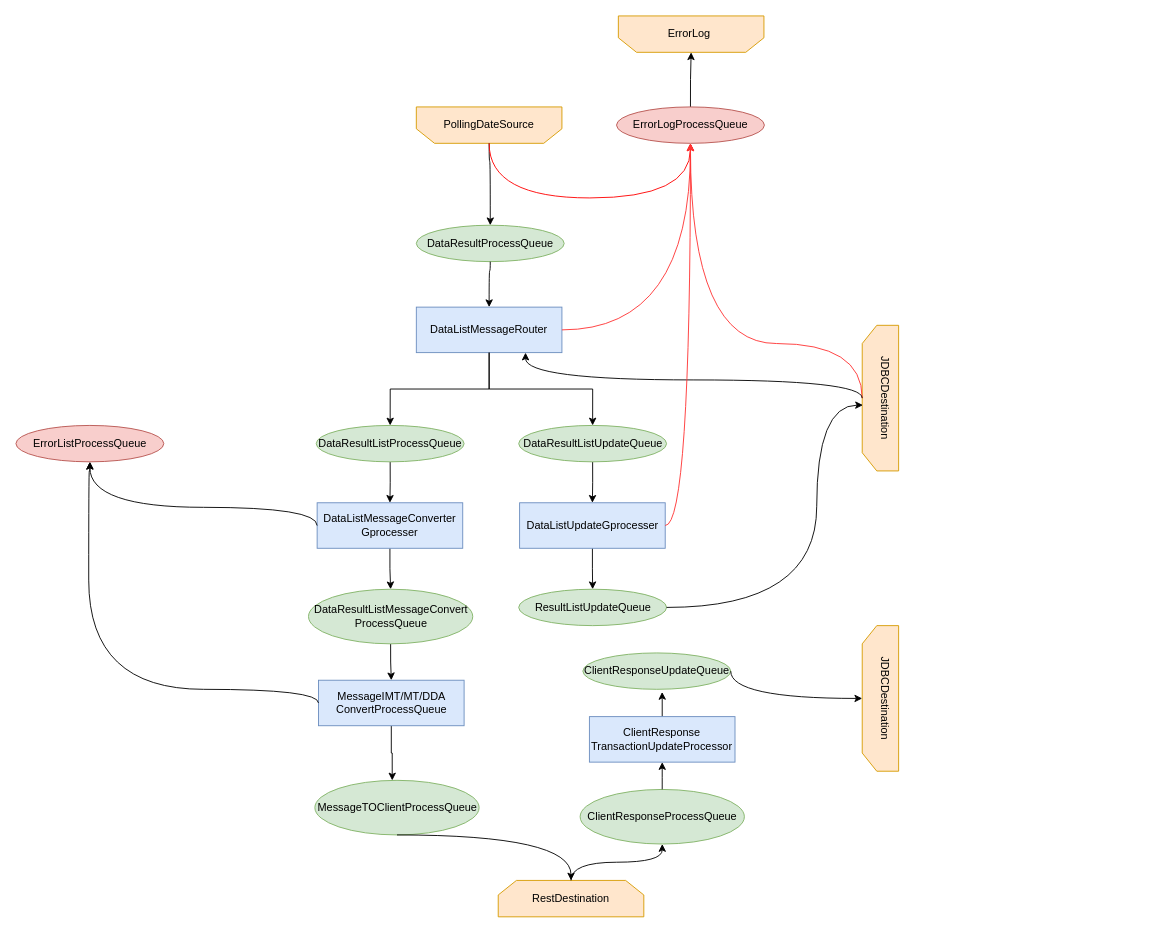
Earlier version of the draw.io diagram page "Page-4" (4 of 4) of NFR_Reliability.drawio (thrivikramarajarao/easy_test_domain). Source tidied: cells renumbered, new cells numbered last; positions are measured from the earlier drawing's top-left corner, leaving out a move shared by most shapes. Both pictures are drawn from the tidied source at 91%, with x=0, y=0 at pixel (15, 15).
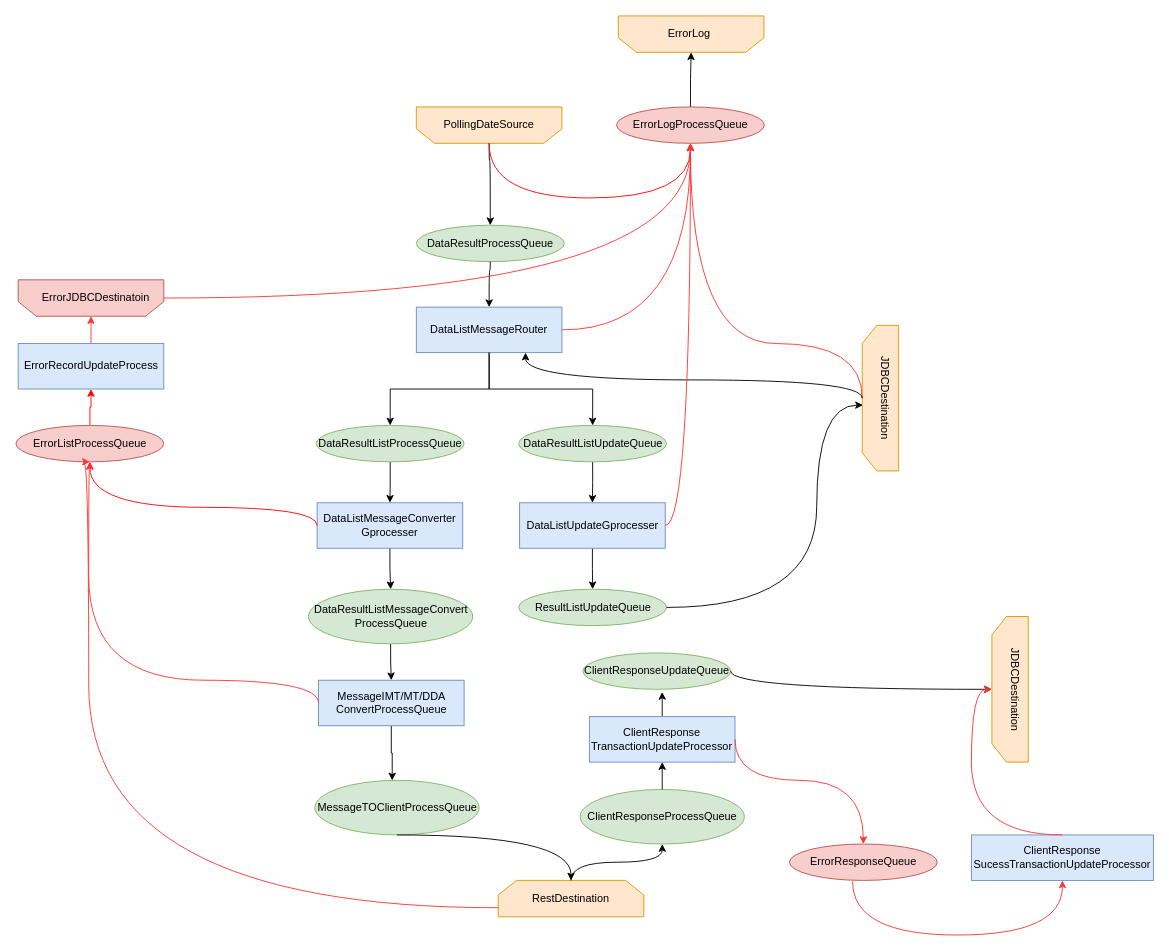
The same diagram, later.

Unchanged cells that the change refers to:
```xml
<mxCell id="7" value="ErrorLogProcessQueue" style="ellipse;whiteSpace=wrap;html=1;fontSize=12;fillColor=#f8cecc;strokeColor=#b85450;" parent="1" vertex="1">
  <mxGeometry x="660" y="100" width="162.5" height="40" as="geometry" />
</mxCell>
<mxCell id="27" value="DataListMessageConverter&lt;br&gt;Gprocesser" style="rounded=0;whiteSpace=wrap;html=1;fontSize=12;fillColor=#dae8fc;strokeColor=#6c8ebf;" parent="1" vertex="1">
  <mxGeometry x="331" y="535" width="160" height="50" as="geometry" />
</mxCell>
<mxCell id="31" value="MessageIMT/MT/DDA ConvertProcessQueue" style="rounded=0;whiteSpace=wrap;html=1;fontSize=12;fillColor=#dae8fc;strokeColor=#6c8ebf;" parent="1" vertex="1">
  <mxGeometry x="332.5" y="730" width="160" height="50" as="geometry" />
</mxCell>
<mxCell id="34" style="shape=loopLimit;whiteSpace=wrap;html=1;fontSize=8;rotation=0;fillColor=#ffe6cc;strokeColor=#d79b00;" parent="1" vertex="1">
  <mxGeometry x="530" y="950" width="160" height="40" as="geometry" />
</mxCell>
<mxCell id="42" value="ClientResponse&lt;br&gt;TransactionUpdateProcessor" style="rounded=0;whiteSpace=wrap;html=1;fontSize=12;fillColor=#dae8fc;strokeColor=#6c8ebf;" parent="1" vertex="1">
  <mxGeometry x="630.2" y="770" width="160" height="50" as="geometry" />
</mxCell>
<mxCell id="44" value="ClientResponseUpdateQueue" style="ellipse;whiteSpace=wrap;html=1;fontSize=12;fillColor=#d5e8d4;strokeColor=#82b366;" parent="1" vertex="1">
  <mxGeometry x="623" y="700" width="162.5" height="40" as="geometry" />
</mxCell>
<mxCell id="48" value="ErrorListProcessQueue" style="ellipse;whiteSpace=wrap;html=1;fontSize=12;fillColor=#f8cecc;strokeColor=#b85450;" parent="1" vertex="1">
  <mxGeometry y="450" width="162.5" height="40" as="geometry" />
</mxCell>
```

Diff of the diagram source:
```diff
@@
     <mxCell id="45" style="shape=loopLimit;whiteSpace=wrap;html=1;fontSize=8;rotation=-90;fillColor=#ffe6cc;strokeColor=#d79b00;" parent="1" vertex="1">
-      <mxGeometry x="870" y="730" width="160" height="40" as="geometry" />
+      <mxGeometry x="1012.5" y="720" width="160" height="40" as="geometry" />
     </mxCell>
     <mxCell id="46" value="JDBCDestination" style="text;html=1;strokeColor=none;fillColor=none;align=center;verticalAlign=middle;whiteSpace=wrap;rounded=0;rotation=90;" parent="1" vertex="1">
-      <mxGeometry x="880" y="735" width="150" height="30" as="geometry" />
+      <mxGeometry x="1022.5" y="725" width="150" height="30" as="geometry" />
     </mxCell>
     <mxCell id="47" style="curved=1;endArrow=classic;html=1;rounded=0;fontSize=12;strokeColor=#000000;edgeStyle=orthogonalEdgeStyle;exitX=1;exitY=0.5;exitDx=0;exitDy=0;entryX=0.5;entryY=0;entryDx=0;entryDy=0;" parent="1" edge="1" source="44" target="45">
       <mxGeometry relative="1" as="geometry">
         <Array as="points">
-          <mxPoint x="786" y="750" />
+          <mxPoint x="786" y="740" />
         </Array>
       </mxGeometry>
     </mxCell>
+    <mxCell id="51" style="edgeStyle=orthogonalEdgeStyle;rounded=0;jettySize=auto;html=1;entryX=0.5;entryY=1;entryDx=0;entryDy=0;fontSize=12;strokeColor=#FF0000;fillColor=#f8cecc;" parent="1" edge="1" source="48" target="55">
+      <mxGeometry relative="1" as="geometry" />
+    </mxCell>
@@
-    <mxCell id="49" style="curved=1;endArrow=classic;html=1;rounded=0;fontSize=12;strokeColor=#000000;edgeStyle=orthogonalEdgeStyle;entryX=0.5;entryY=1;entryDx=0;entryDy=0;exitX=0;exitY=0.5;exitDx=0;exitDy=0;" parent="1" edge="1" source="27" target="48">
+    <mxCell id="49" style="curved=1;endArrow=classic;html=1;rounded=0;fontSize=12;strokeColor=#FF0000;edgeStyle=orthogonalEdgeStyle;entryX=0.5;entryY=1;entryDx=0;entryDy=0;exitX=0;exitY=0.5;exitDx=0;exitDy=0;fillColor=#f8cecc;" parent="1" edge="1" source="27" target="48">
       <mxGeometry relative="1" as="geometry">
         <Array as="points">
           <mxPoint x="331" y="540" />
           <mxPoint x="81" y="540" />
         </Array>
       </mxGeometry>
     </mxCell>
-    <mxCell id="50" style="curved=1;endArrow=classic;html=1;rounded=0;fontSize=12;strokeColor=#000000;edgeStyle=orthogonalEdgeStyle;exitX=0;exitY=0.5;exitDx=0;exitDy=0;entryX=0.5;entryY=1;entryDx=0;entryDy=0;" parent="1" edge="1" source="31" target="48">
+    <mxCell id="50" style="curved=1;endArrow=classic;html=1;rounded=0;fontSize=12;strokeColor=#FF3333;edgeStyle=orthogonalEdgeStyle;exitX=0;exitY=0.5;exitDx=0;exitDy=0;entryX=0.5;entryY=1;entryDx=0;entryDy=0;" parent="1" edge="1" source="31" target="48">
       <mxGeometry relative="1" as="geometry">
         <Array as="points">
-          <mxPoint x="333" y="740" />
-          <mxPoint x="80" y="740" />
+          <mxPoint x="333" y="730" />
+          <mxPoint x="80" y="730" />
           <mxPoint x="80" y="500" />
-          <mxPoint x="81" y="500" />
         </Array>
       </mxGeometry>
     </mxCell>
+    <mxCell id="52" style="shape=loopLimit;whiteSpace=wrap;html=1;fontSize=8;rotation=-180;fillColor=#f8cecc;strokeColor=#b85450;" parent="1" vertex="1">
+      <mxGeometry x="2.5" y="290" width="160" height="40" as="geometry" />
+    </mxCell>
+    <mxCell id="53" value="ErrorJDBCDestinatoin" style="text;html=1;align=center;verticalAlign=middle;whiteSpace=wrap;rounded=0;rotation=0;" parent="1" vertex="1">
+      <mxGeometry x="12.5" y="295" width="150" height="30" as="geometry" />
+    </mxCell>
+    <mxCell id="54" style="edgeStyle=orthogonalEdgeStyle;rounded=0;jettySize=auto;html=1;exitX=0.5;exitY=0;exitDx=0;exitDy=0;entryX=0.5;entryY=0;entryDx=0;entryDy=0;fontSize=12;strokeColor=#FF3333;" parent="1" edge="1" source="55" target="52">
+      <mxGeometry relative="1" as="geometry" />
+    </mxCell>
+    <mxCell id="55" value="ErrorRecordUpdateProcess" style="rounded=0;whiteSpace=wrap;html=1;fontSize=12;fillColor=#dae8fc;strokeColor=#6c8ebf;" parent="1" vertex="1">
+      <mxGeometry x="2.5" y="360" width="160" height="50" as="geometry" />
+    </mxCell>
+    <mxCell id="56" style="curved=1;endArrow=classic;html=1;rounded=0;fontSize=12;strokeColor=#FF3333;edgeStyle=orthogonalEdgeStyle;exitX=0;exitY=0.75;exitDx=0;exitDy=0;entryX=0.5;entryY=1;entryDx=0;entryDy=0;" parent="1" edge="1" source="34" target="48">
+      <mxGeometry relative="1" as="geometry">
+        <Array as="points">
+          <mxPoint x="80" y="980" />
+          <mxPoint x="80" y="490" />
+        </Array>
+      </mxGeometry>
+    </mxCell>
+    <mxCell id="57" style="curved=1;endArrow=classic;html=1;rounded=0;fontSize=12;strokeColor=#FF3333;edgeStyle=orthogonalEdgeStyle;exitX=1;exitY=0.5;exitDx=0;exitDy=0;entryX=0.5;entryY=1;entryDx=0;entryDy=0;" parent="1" edge="1" source="53" target="7">
+      <mxGeometry relative="1" as="geometry">
+        <Array as="points">
+          <mxPoint x="741" y="310" />
+        </Array>
+      </mxGeometry>
+    </mxCell>
+    <mxCell id="58" value="ErrorResponseQueue" style="ellipse;whiteSpace=wrap;html=1;fontSize=12;fillColor=#f8cecc;strokeColor=#b85450;" parent="1" vertex="1">
+      <mxGeometry x="850" y="910" width="162.5" height="40" as="geometry" />
+    </mxCell>
+    <mxCell id="59" style="curved=1;endArrow=classic;html=1;rounded=0;fontSize=12;strokeColor=#FF3333;edgeStyle=orthogonalEdgeStyle;exitX=1;exitY=0.5;exitDx=0;exitDy=0;entryX=0.5;entryY=0;entryDx=0;entryDy=0;" parent="1" edge="1" source="42" target="58">
+      <mxGeometry relative="1" as="geometry">
+        <Array as="points">
+          <mxPoint x="790" y="840" />
+          <mxPoint x="931" y="840" />
+        </Array>
+      </mxGeometry>
+    </mxCell>
+    <mxCell id="60" value="ClientResponse&lt;br&gt;SucessTransactionUpdateProcessor" style="rounded=0;whiteSpace=wrap;html=1;fontSize=12;fillColor=#dae8fc;strokeColor=#6c8ebf;" parent="1" vertex="1">
+      <mxGeometry x="1050" y="900" width="200" height="50" as="geometry" />
+    </mxCell>
+    <mxCell id="61" style="curved=1;endArrow=classic;html=1;rounded=0;fontSize=12;strokeColor=#FF3333;edgeStyle=orthogonalEdgeStyle;exitX=0.427;exitY=1.025;exitDx=0;exitDy=0;exitPerimeter=0;entryX=0.5;entryY=1;entryDx=0;entryDy=0;" parent="1" edge="1" source="58" target="60">
+      <mxGeometry relative="1" as="geometry">
+        <Array as="points">
+          <mxPoint x="919" y="1010" />
+          <mxPoint x="1150" y="1010" />
+        </Array>
+      </mxGeometry>
+    </mxCell>
+    <mxCell id="62" style="curved=1;endArrow=classic;html=1;rounded=0;fontSize=12;strokeColor=#FF3333;edgeStyle=orthogonalEdgeStyle;exitX=0.5;exitY=0;exitDx=0;exitDy=0;entryX=0.5;entryY=0;entryDx=0;entryDy=0;" parent="1" edge="1" source="60" target="45">
+      <mxGeometry relative="1" as="geometry">
+        <Array as="points">
+          <mxPoint x="1050" y="900" />
+          <mxPoint x="1050" y="740" />
+        </Array>
+      </mxGeometry>
+    </mxCell>
```
